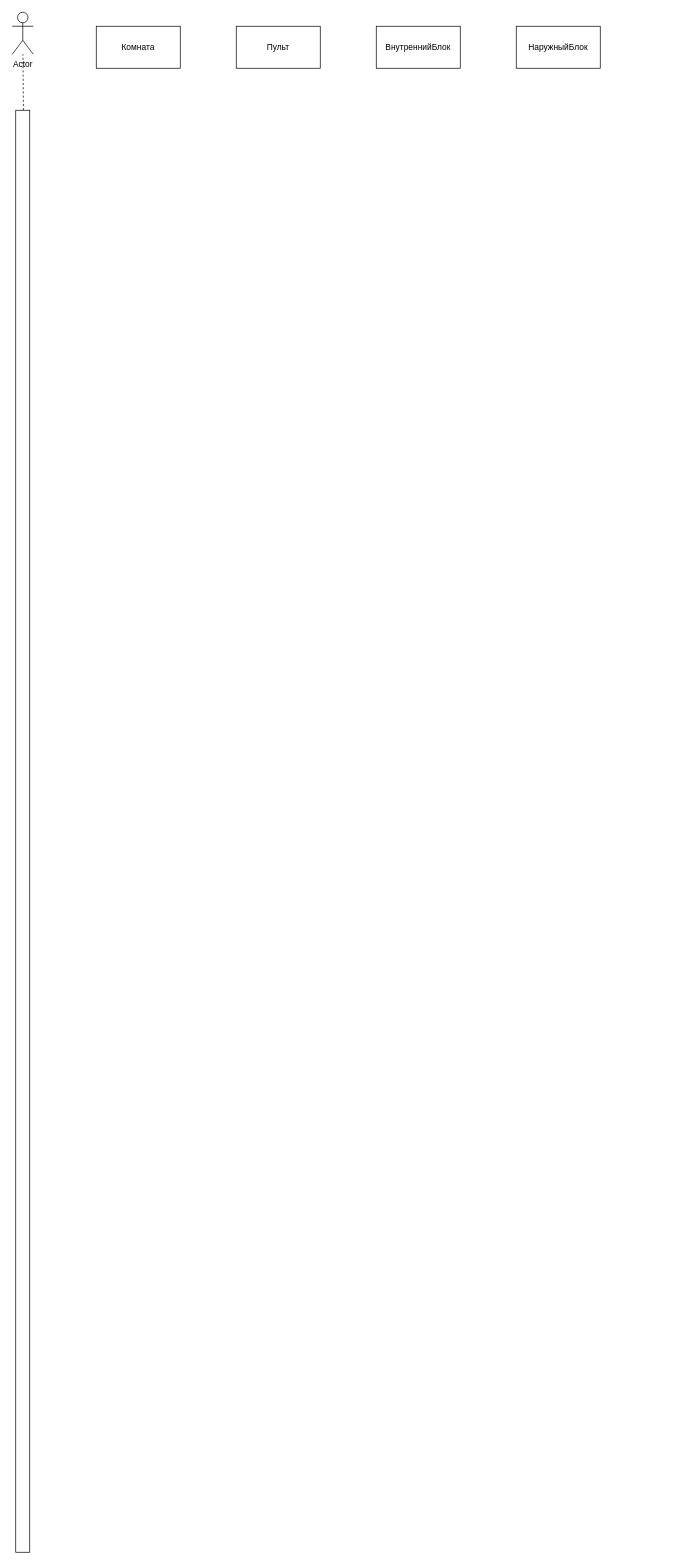
NikolajGrom/Nik keeps this draw.io diagram as UMLconditioner.drawio. Above is the earlier version. Source tidied: cells renumbered, new cells numbered last; positions are measured from the earlier drawing's top-left corner, leaving out a move shared by most shapes. Both pictures are drawn from the tidied source at 70%, with x=0, y=0 at pixel (12, 12).
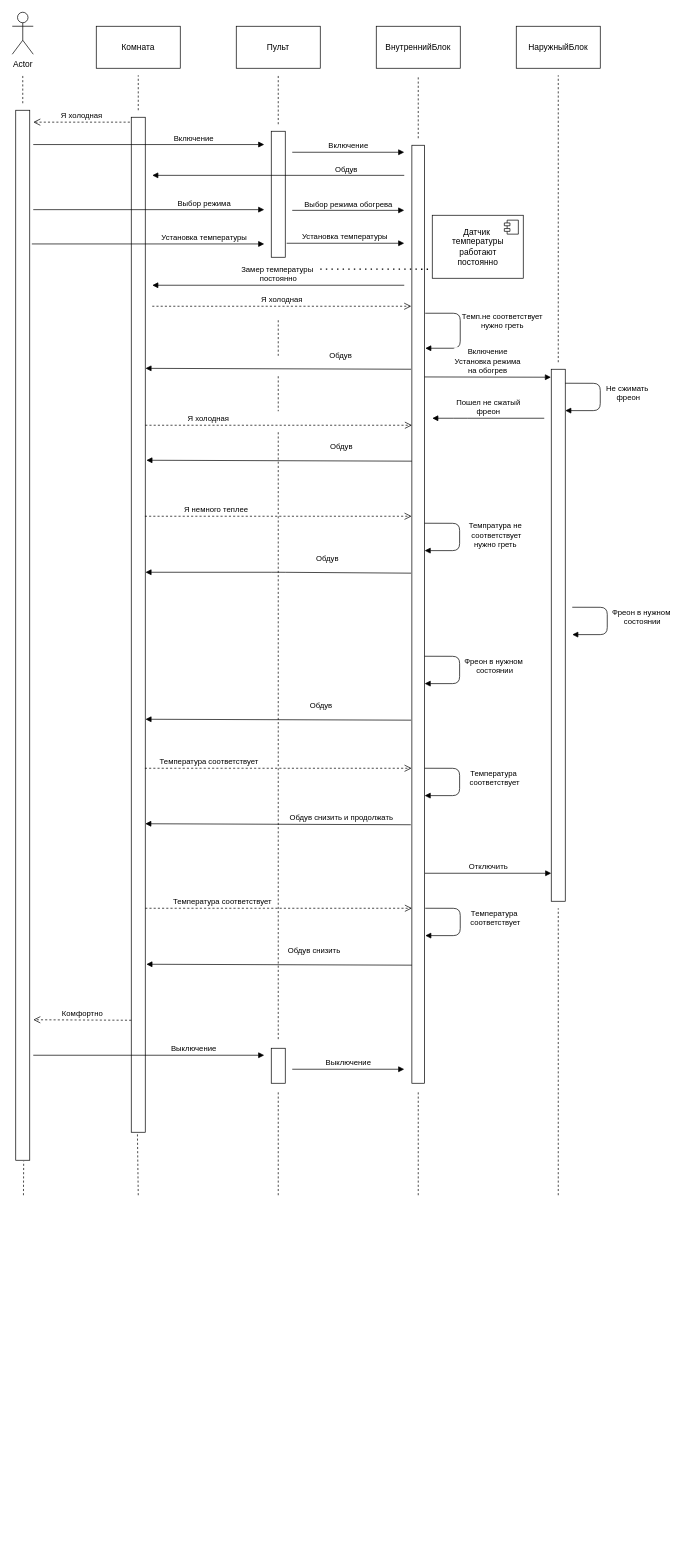
The same diagram, later.

Unchanged cells that the change refers to:
```xml
<mxCell id="2" value="Actor" style="shape=umlActor;verticalLabelPosition=bottom;verticalAlign=top;html=1;outlineConnect=0;" parent="1" vertex="1">
  <mxGeometry width="30" height="60" as="geometry" />
</mxCell>
```

Diff of the diagram source:
```diff
@@
     <mxCell id="7" style="html=1;points=[];perimeter=orthogonalPerimeter;" parent="1" vertex="1">
-      <mxGeometry x="5" y="140" width="20" height="2060" as="geometry" />
+      <mxGeometry x="5" y="140" width="20" height="1500" as="geometry" />
     </mxCell>
-    <mxCell id="8" style="endArrow=none;dashed=1;html=1;" parent="1" edge="1" target="2">
+    <mxCell id="8" style="endArrow=none;dashed=1;html=1;" parent="1" edge="1">
       <mxGeometry relative="1" as="geometry">
-        <mxPoint x="16" y="140" as="sourcePoint" />
+        <mxPoint x="15" y="130" as="sourcePoint" />
+        <mxPoint x="15" y="90" as="targetPoint" />
       </mxGeometry>
     </mxCell>
+    <mxCell id="9" style="html=1;points=[];perimeter=orthogonalPerimeter;" parent="1" vertex="1">
+      <mxGeometry x="170" y="150" width="20" height="1450" as="geometry" />
+    </mxCell>
+    <mxCell id="10" style="html=1;perimeter=orthogonalPerimeter;" parent="1" vertex="1">
+      <mxGeometry x="370" y="170" width="20" height="180" as="geometry" />
+    </mxCell>
+    <mxCell id="11" value="Я холодная" style="html=1;verticalAlign=bottom;endArrow=open;dashed=1;endSize=8;" parent="1" edge="1">
+      <mxGeometry relative="1" as="geometry">
+        <mxPoint x="168" y="157" as="sourcePoint" />
+        <mxPoint x="30" y="157" as="targetPoint" />
+      </mxGeometry>
+    </mxCell>
+    <mxCell id="12" value="Включение" style="html=1;verticalAlign=bottom;endArrow=block;" parent="1" edge="1">
+      <mxGeometry x="0.39" relative="1" as="geometry">
+        <mxPoint x="30" y="189" as="sourcePoint" />
+        <mxPoint x="360" y="189" as="targetPoint" />
+      </mxGeometry>
+    </mxCell>
+    <mxCell id="13" value="Включение" style="html=1;verticalAlign=bottom;endArrow=block;" parent="1" edge="1">
+      <mxGeometry relative="1" as="geometry">
+        <mxPoint x="400" y="200" as="sourcePoint" />
+        <mxPoint x="560" y="200" as="targetPoint" />
+      </mxGeometry>
+    </mxCell>
+    <mxCell id="14" style="html=1;perimeter=orthogonalPerimeter;" parent="1" vertex="1">
+      <mxGeometry x="570.9" y="190" width="18.1" height="1340" as="geometry" />
+    </mxCell>
+    <mxCell id="15" value="Выбор режима" style="html=1;verticalAlign=bottom;endArrow=block;" parent="1" edge="1">
+      <mxGeometry x="0.48" relative="1" as="geometry">
+        <mxPoint x="30" y="282" as="sourcePoint" />
+        <mxPoint x="360" y="282" as="targetPoint" />
+      </mxGeometry>
+    </mxCell>
+    <mxCell id="16" value="Выбор режима обогрева" style="html=1;verticalAlign=bottom;endArrow=block;" parent="1" edge="1">
+      <mxGeometry relative="1" as="geometry">
+        <mxPoint x="400" y="283" as="sourcePoint" />
+        <mxPoint x="560" y="283" as="targetPoint" />
+      </mxGeometry>
+    </mxCell>
+    <mxCell id="17" value="Установка температуры" style="html=1;verticalAlign=bottom;endArrow=block;" parent="1" edge="1">
+      <mxGeometry x="0.48" relative="1" as="geometry">
+        <mxPoint x="28" y="331" as="sourcePoint" />
+        <mxPoint x="360" y="331" as="targetPoint" />
+      </mxGeometry>
+    </mxCell>
+    <mxCell id="18" value="Установка температуры" style="html=1;verticalAlign=bottom;endArrow=block;" parent="1" edge="1">
+      <mxGeometry x="-0.01" relative="1" as="geometry">
+        <mxPoint x="392" y="330" as="sourcePoint" />
+        <mxPoint x="560" y="330" as="targetPoint" />
+      </mxGeometry>
+    </mxCell>
+    <mxCell id="19" value="Замер температуры&amp;nbsp;&lt;br&gt;постоянно" style="html=1;verticalAlign=bottom;endArrow=block;" parent="1" edge="1">
+      <mxGeometry relative="1" as="geometry">
+        <mxPoint x="560" y="390" as="sourcePoint" />
+        <mxPoint x="200" y="390" as="targetPoint" />
+      </mxGeometry>
+    </mxCell>
+    <mxCell id="20" value="Я холодная" style="html=1;verticalAlign=bottom;endArrow=open;dashed=1;endSize=8;" parent="1" edge="1">
+      <mxGeometry relative="1" as="geometry">
+        <mxPoint x="200" y="420" as="sourcePoint" />
+        <mxPoint x="570" y="420" as="targetPoint" />
+        <Array as="points">
+          <mxPoint x="310" y="420" />
+        </Array>
+      </mxGeometry>
+    </mxCell>
+    <mxCell id="21" value="Обдув" style="html=1;verticalAlign=bottom;endArrow=block;" parent="1" edge="1">
+      <mxGeometry x="-0.54" relative="1" as="geometry">
+        <mxPoint x="560" y="233" as="sourcePoint" />
+        <mxPoint x="200" y="233" as="targetPoint" />
+      </mxGeometry>
+    </mxCell>
+    <mxCell id="22" value="Темп.не соответствует &lt;br&gt;нужно греть" style="html=1;verticalAlign=bottom;endArrow=block;" parent="1" edge="1">
+      <mxGeometry x="0.03" y="60" relative="1" as="geometry">
+        <mxPoint x="590" y="430" as="sourcePoint" />
+        <mxPoint x="590" y="480" as="targetPoint" />
+        <Array as="points">
+          <mxPoint x="640" y="430" />
+          <mxPoint x="640" y="480" />
+        </Array>
+      </mxGeometry>
+    </mxCell>
+    <mxCell id="23" style="html=1;points=[];perimeter=orthogonalPerimeter;" parent="1" vertex="1">
+      <mxGeometry x="770" y="510" width="20" height="760" as="geometry" />
+    </mxCell>
+    <mxCell id="24" value="Включение&lt;br&gt;Установка режима&lt;br&gt;на обогрев" style="html=1;verticalAlign=bottom;endArrow=block;entryX=-0.02;entryY=0.015;entryDx=0;entryDy=0;entryPerimeter=0;" parent="1" edge="1" target="23">
+      <mxGeometry relative="1" as="geometry">
+        <mxPoint x="589" y="521" as="sourcePoint" />
+      </mxGeometry>
+    </mxCell>
+    <mxCell id="25" value="Не сжимать&amp;nbsp;&lt;br&gt;фреон" style="html=1;verticalAlign=bottom;endArrow=block;exitX=1.051;exitY=0.153;exitDx=0;exitDy=0;exitPerimeter=0;" parent="1" edge="1">
+      <mxGeometry x="0.15" y="40" relative="1" as="geometry">
+        <mxPoint x="790" y="530" as="sourcePoint" />
+        <mxPoint x="790" y="569.1" as="targetPoint" />
+        <Array as="points">
+          <mxPoint x="840" y="530.1" />
+          <mxPoint x="840" y="569.1" />
+        </Array>
+      </mxGeometry>
+    </mxCell>
+    <mxCell id="26" value="Пошел не сжатый&lt;br&gt;фреон" style="html=1;verticalAlign=bottom;endArrow=block;" parent="1" edge="1">
+      <mxGeometry relative="1" as="geometry">
+        <mxPoint x="760" y="580" as="sourcePoint" />
+        <mxPoint x="600" y="580" as="targetPoint" />
+        <Array as="points">
+          <mxPoint x="640" y="580" />
+        </Array>
+      </mxGeometry>
+    </mxCell>
+    <mxCell id="27" value="Обдув" style="html=1;verticalAlign=bottom;endArrow=block;entryX=1.025;entryY=0.053;entryDx=0;entryDy=0;entryPerimeter=0;exitX=-0.059;exitY=0.032;exitDx=0;exitDy=0;exitPerimeter=0;" parent="1" edge="1">
+      <mxGeometry x="-0.47" y="-10" relative="1" as="geometry">
+        <mxPoint x="569.7" y="510" as="sourcePoint" />
+        <mxPoint x="190.3" y="508.7" as="targetPoint" />
+      </mxGeometry>
+    </mxCell>
+    <mxCell id="28" value="Обдув" style="html=1;verticalAlign=bottom;endArrow=block;entryX=1.025;entryY=0.053;entryDx=0;entryDy=0;entryPerimeter=0;exitX=-0.059;exitY=0.032;exitDx=0;exitDy=0;exitPerimeter=0;" parent="1" edge="1">
+      <mxGeometry x="-0.47" y="-11" relative="1" as="geometry">
+        <mxPoint x="570.9" y="641.3" as="sourcePoint" />
+        <mxPoint x="191.6" y="640" as="targetPoint" />
+      </mxGeometry>
+    </mxCell>
+    <mxCell id="29" value="Я холодная" style="html=1;verticalAlign=bottom;endArrow=open;dashed=1;endSize=8;entryX=0.004;entryY=0.151;entryDx=0;entryDy=0;entryPerimeter=0;" parent="1" edge="1">
+      <mxGeometry x="-0.53" relative="1" as="geometry">
+        <mxPoint x="190" y="590" as="sourcePoint" />
+        <mxPoint x="571" y="590" as="targetPoint" />
+      </mxGeometry>
+    </mxCell>
+    <mxCell id="30" value="Я немного теплее" style="html=1;verticalAlign=bottom;endArrow=open;dashed=1;endSize=8;entryX=0.004;entryY=0.151;entryDx=0;entryDy=0;entryPerimeter=0;" parent="1" edge="1">
+      <mxGeometry x="-0.47" relative="1" as="geometry">
+        <mxPoint x="189.5" y="720" as="sourcePoint" />
+        <mxPoint x="570.5" y="720" as="targetPoint" />
+      </mxGeometry>
+    </mxCell>
+    <mxCell id="31" value="Темпратура не&lt;br&gt;&amp;nbsp;соответствует &lt;br&gt;нужно греть" style="html=1;verticalAlign=bottom;endArrow=block;exitX=1.051;exitY=0.153;exitDx=0;exitDy=0;exitPerimeter=0;" parent="1" edge="1">
+      <mxGeometry x="0.28" y="-51" relative="1" as="geometry">
+        <mxPoint x="589.1" y="730" as="sourcePoint" />
+        <mxPoint x="589.1" y="769.1" as="targetPoint" />
+        <Array as="points">
+          <mxPoint x="639.1" y="730.1" />
+          <mxPoint x="639.1" y="769.1" />
+        </Array>
+        <mxPoint x="51" y="51" as="offset" />
+      </mxGeometry>
+    </mxCell>
+    <mxCell id="32" value="Обдув" style="html=1;verticalAlign=bottom;endArrow=block;entryX=1.025;entryY=0.053;entryDx=0;entryDy=0;entryPerimeter=0;exitX=-0.059;exitY=0.032;exitDx=0;exitDy=0;exitPerimeter=0;" parent="1" edge="1">
+      <mxGeometry x="-0.37" y="-10" relative="1" as="geometry">
+        <mxPoint x="569.7" y="801.3" as="sourcePoint" />
+        <mxPoint x="190.3" y="800" as="targetPoint" />
+        <Array as="points">
+          <mxPoint x="380" y="800" />
+        </Array>
+      </mxGeometry>
+    </mxCell>
+    <mxCell id="33" value="Фреон в нужном&amp;nbsp;&lt;br&gt;состоянии" style="html=1;verticalAlign=bottom;endArrow=block;exitX=1.051;exitY=0.153;exitDx=0;exitDy=0;exitPerimeter=0;" parent="1" edge="1">
+      <mxGeometry x="0.15" y="50" relative="1" as="geometry">
+        <mxPoint x="589.1" y="920" as="sourcePoint" />
+        <mxPoint x="589.1" y="959.1" as="targetPoint" />
+        <Array as="points">
+          <mxPoint x="639.1" y="920.1" />
+          <mxPoint x="639.1" y="959.1" />
+        </Array>
+      </mxGeometry>
+    </mxCell>
+    <mxCell id="34" value="Фреон в нужном&amp;nbsp;&lt;br&gt;состоянии" style="html=1;verticalAlign=bottom;endArrow=block;exitX=1.051;exitY=0.153;exitDx=0;exitDy=0;exitPerimeter=0;" parent="1" edge="1">
+      <mxGeometry x="0.15" y="50" relative="1" as="geometry">
+        <mxPoint x="800" y="850" as="sourcePoint" />
+        <mxPoint x="800" y="889.1" as="targetPoint" />
+        <Array as="points">
+          <mxPoint x="850" y="850.1" />
+          <mxPoint x="850" y="889.1" />
+        </Array>
+      </mxGeometry>
+    </mxCell>
+    <mxCell id="35" value="Обдув" style="html=1;verticalAlign=bottom;endArrow=block;entryX=1.025;entryY=0.053;entryDx=0;entryDy=0;entryPerimeter=0;exitX=-0.059;exitY=0.032;exitDx=0;exitDy=0;exitPerimeter=0;" parent="1" edge="1">
+      <mxGeometry x="-0.32" y="-11" relative="1" as="geometry">
+        <mxPoint x="569.7" y="1011.3" as="sourcePoint" />
+        <mxPoint x="190.3" y="1010" as="targetPoint" />
+      </mxGeometry>
+    </mxCell>
+    <mxCell id="36" value="Температура соответствует" style="html=1;verticalAlign=bottom;endArrow=open;dashed=1;endSize=8;entryX=0.004;entryY=0.151;entryDx=0;entryDy=0;entryPerimeter=0;" parent="1" edge="1">
+      <mxGeometry x="-0.52" relative="1" as="geometry">
+        <mxPoint x="189.5" y="1080" as="sourcePoint" />
+        <mxPoint x="570.5" y="1080" as="targetPoint" />
+      </mxGeometry>
+    </mxCell>
+    <mxCell id="37" value="Температура&amp;nbsp;&lt;br&gt;соответствует" style="html=1;verticalAlign=bottom;endArrow=block;exitX=1.051;exitY=0.153;exitDx=0;exitDy=0;exitPerimeter=0;" parent="1" edge="1">
+      <mxGeometry x="0.15" y="50" relative="1" as="geometry">
+        <mxPoint x="589.1" y="1080" as="sourcePoint" />
+        <mxPoint x="589.1" y="1119.1" as="targetPoint" />
+        <Array as="points">
+          <mxPoint x="639.1" y="1080.1" />
+          <mxPoint x="639.1" y="1119.1" />
+        </Array>
+      </mxGeometry>
+    </mxCell>
+    <mxCell id="38" value="Обдув снизить и продолжать" style="html=1;verticalAlign=bottom;endArrow=block;entryX=1.025;entryY=0.053;entryDx=0;entryDy=0;entryPerimeter=0;exitX=-0.059;exitY=0.032;exitDx=0;exitDy=0;exitPerimeter=0;" parent="1" edge="1">
+      <mxGeometry x="-0.48" y="-1" relative="1" as="geometry">
+        <mxPoint x="569.4" y="1160.7" as="sourcePoint" />
+        <mxPoint x="190" y="1159.3" as="targetPoint" />
+      </mxGeometry>
+    </mxCell>
+    <mxCell id="39" value="Отключить" style="html=1;verticalAlign=bottom;endArrow=block;exitX=1.007;exitY=0.207;exitDx=0;exitDy=0;exitPerimeter=0;entryX=-0.02;entryY=0.015;entryDx=0;entryDy=0;entryPerimeter=0;" parent="1" edge="1">
+      <mxGeometry relative="1" as="geometry">
+        <mxPoint x="589.6" y="1230" as="sourcePoint" />
+        <mxPoint x="770" y="1230" as="targetPoint" />
+      </mxGeometry>
+    </mxCell>
+    <mxCell id="40" value="Температура&amp;nbsp;&lt;br&gt;соответствует" style="html=1;verticalAlign=bottom;endArrow=block;exitX=1.051;exitY=0.153;exitDx=0;exitDy=0;exitPerimeter=0;" parent="1" edge="1">
+      <mxGeometry x="0.15" y="50" relative="1" as="geometry">
+        <mxPoint x="590" y="1280" as="sourcePoint" />
+        <mxPoint x="590" y="1319.1" as="targetPoint" />
+        <Array as="points">
+          <mxPoint x="640" y="1280.1" />
+          <mxPoint x="640" y="1319.1" />
+        </Array>
+      </mxGeometry>
+    </mxCell>
+    <mxCell id="41" value="Температура соответствует" style="html=1;verticalAlign=bottom;endArrow=open;dashed=1;endSize=8;entryX=0.004;entryY=0.151;entryDx=0;entryDy=0;entryPerimeter=0;" parent="1" edge="1">
+      <mxGeometry x="-0.42" relative="1" as="geometry">
+        <mxPoint x="190" y="1280" as="sourcePoint" />
+        <mxPoint x="571" y="1280" as="targetPoint" />
+      </mxGeometry>
+    </mxCell>
+    <mxCell id="42" value="Обдув снизить" style="html=1;verticalAlign=bottom;endArrow=block;entryX=1.025;entryY=0.053;entryDx=0;entryDy=0;entryPerimeter=0;exitX=-0.059;exitY=0.032;exitDx=0;exitDy=0;exitPerimeter=0;" parent="1" edge="1">
+      <mxGeometry x="-0.26" y="-11" relative="1" as="geometry">
+        <mxPoint x="570.9" y="1361.3" as="sourcePoint" />
+        <mxPoint x="191.6" y="1360" as="targetPoint" />
+      </mxGeometry>
+    </mxCell>
+    <mxCell id="43" value="Комфортно" style="html=1;verticalAlign=bottom;endArrow=open;dashed=1;endSize=8;entryX=1.15;entryY=0.011;entryDx=0;entryDy=0;entryPerimeter=0;exitX=-0.1;exitY=0.006;exitDx=0;exitDy=0;exitPerimeter=0;" parent="1" edge="1">
+      <mxGeometry relative="1" as="geometry">
+        <mxPoint x="170" y="1440" as="sourcePoint" />
+        <mxPoint x="30" y="1439.3" as="targetPoint" />
+      </mxGeometry>
+    </mxCell>
+    <mxCell id="44" style="html=1;perimeter=orthogonalPerimeter;" parent="1" vertex="1">
+      <mxGeometry x="370" y="1480" width="20" height="50" as="geometry" />
+    </mxCell>
+    <mxCell id="45" value="Выключение" style="html=1;verticalAlign=bottom;endArrow=block;" parent="1" edge="1">
+      <mxGeometry x="0.39" relative="1" as="geometry">
+        <mxPoint x="30" y="1490" as="sourcePoint" />
+        <mxPoint x="360" y="1490" as="targetPoint" />
+      </mxGeometry>
+    </mxCell>
+    <mxCell id="46" value="Выключение" style="html=1;verticalAlign=bottom;endArrow=block;" parent="1" edge="1">
+      <mxGeometry relative="1" as="geometry">
+        <mxPoint x="400" y="1510" as="sourcePoint" />
+        <mxPoint x="560" y="1510" as="targetPoint" />
+      </mxGeometry>
+    </mxCell>
+    <mxCell id="47" style="endArrow=none;dashed=1;html=1;" parent="1" edge="1">
+      <mxGeometry relative="1" as="geometry">
+        <mxPoint x="380" y="160" as="sourcePoint" />
+        <mxPoint x="380" y="90" as="targetPoint" />
+      </mxGeometry>
+    </mxCell>
+    <mxCell id="48" style="endArrow=none;dashed=1;html=1;" parent="1" edge="1">
+      <mxGeometry relative="1" as="geometry">
+        <mxPoint x="580" y="180" as="sourcePoint" />
+        <mxPoint x="580" y="90" as="targetPoint" />
+      </mxGeometry>
+    </mxCell>
+    <mxCell id="49" style="endArrow=none;dashed=1;html=1;" parent="1" edge="1">
+      <mxGeometry relative="1" as="geometry">
+        <mxPoint x="180" y="140" as="sourcePoint" />
+        <mxPoint x="180" y="90" as="targetPoint" />
+      </mxGeometry>
+    </mxCell>
+    <mxCell id="50" style="endArrow=none;dashed=1;html=1;entryX=0.567;entryY=1.001;entryDx=0;entryDy=0;entryPerimeter=0;" parent="1" edge="1" target="7">
+      <mxGeometry relative="1" as="geometry">
+        <mxPoint x="16" y="1690" as="sourcePoint" />
+      </mxGeometry>
+    </mxCell>
+    <mxCell id="51" style="endArrow=none;dashed=1;html=1;entryX=0.442;entryY=1.002;entryDx=0;entryDy=0;entryPerimeter=0;" parent="1" edge="1" target="9">
+      <mxGeometry relative="1" as="geometry">
+        <mxPoint x="180" y="1690" as="sourcePoint" />
+      </mxGeometry>
+    </mxCell>
+    <mxCell id="52" style="endArrow=none;dashed=1;html=1;" parent="1" edge="1">
+      <mxGeometry relative="1" as="geometry">
+        <mxPoint x="380" y="1690" as="sourcePoint" />
+        <mxPoint x="380" y="1540" as="targetPoint" />
+      </mxGeometry>
+    </mxCell>
+    <mxCell id="53" style="endArrow=none;dashed=1;html=1;" parent="1" edge="1">
+      <mxGeometry relative="1" as="geometry">
+        <mxPoint x="580" y="1690" as="sourcePoint" />
+        <mxPoint x="580" y="1540" as="targetPoint" />
+      </mxGeometry>
+    </mxCell>
+    <mxCell id="54" style="endArrow=none;dashed=1;html=1;" parent="1" edge="1">
+      <mxGeometry relative="1" as="geometry">
+        <mxPoint x="780" y="1690" as="sourcePoint" />
+        <mxPoint x="780" y="1280" as="targetPoint" />
+      </mxGeometry>
+    </mxCell>
+    <mxCell id="55" style="endArrow=none;dashed=1;html=1;" parent="1" edge="1">
+      <mxGeometry relative="1" as="geometry">
+        <mxPoint x="780" y="500" as="sourcePoint" />
+        <mxPoint x="780" y="90" as="targetPoint" />
+      </mxGeometry>
+    </mxCell>
+    <mxCell id="56" style="endArrow=none;dashed=1;html=1;" parent="1" edge="1">
+      <mxGeometry relative="1" as="geometry">
+        <mxPoint x="380" y="440" as="sourcePoint" />
+        <mxPoint x="380" y="490.8" as="targetPoint" />
+      </mxGeometry>
+    </mxCell>
+    <mxCell id="57" style="endArrow=none;dashed=1;html=1;" parent="1" edge="1">
+      <mxGeometry relative="1" as="geometry">
+        <mxPoint x="380" y="520" as="sourcePoint" />
+        <mxPoint x="380" y="570" as="targetPoint" />
+      </mxGeometry>
+    </mxCell>
+    <mxCell id="58" style="endArrow=none;dashed=1;html=1;" parent="1" edge="1">
+      <mxGeometry relative="1" as="geometry">
+        <mxPoint x="380" y="600" as="sourcePoint" />
+        <mxPoint x="380" y="1470" as="targetPoint" />
+      </mxGeometry>
+    </mxCell>
+    <mxCell id="59" value="Датчик&amp;nbsp;&lt;br&gt;температуры&lt;br&gt;работают&lt;br&gt;постоянно" style="html=1;" parent="1" vertex="1">
+      <mxGeometry x="600" y="290" width="130" height="90" as="geometry" />
+    </mxCell>
+    <mxCell id="60" style="shape=module;jettyWidth=8;jettyHeight=4;" parent="59" vertex="1">
+      <mxGeometry x="1" width="20" height="20" relative="1" as="geometry">
+        <mxPoint x="-27" y="7" as="offset" />
+      </mxGeometry>
+    </mxCell>
+    <mxCell id="61" style="endArrow=none;dashed=1;html=1;dashPattern=1 3;strokeWidth=2;entryX=-0.023;entryY=0.856;entryDx=0;entryDy=0;entryPerimeter=0;" parent="1" edge="1" target="59">
+      <mxGeometry relative="1" as="geometry">
+        <mxPoint x="440" y="367" as="sourcePoint" />
+      </mxGeometry>
+    </mxCell>
```
